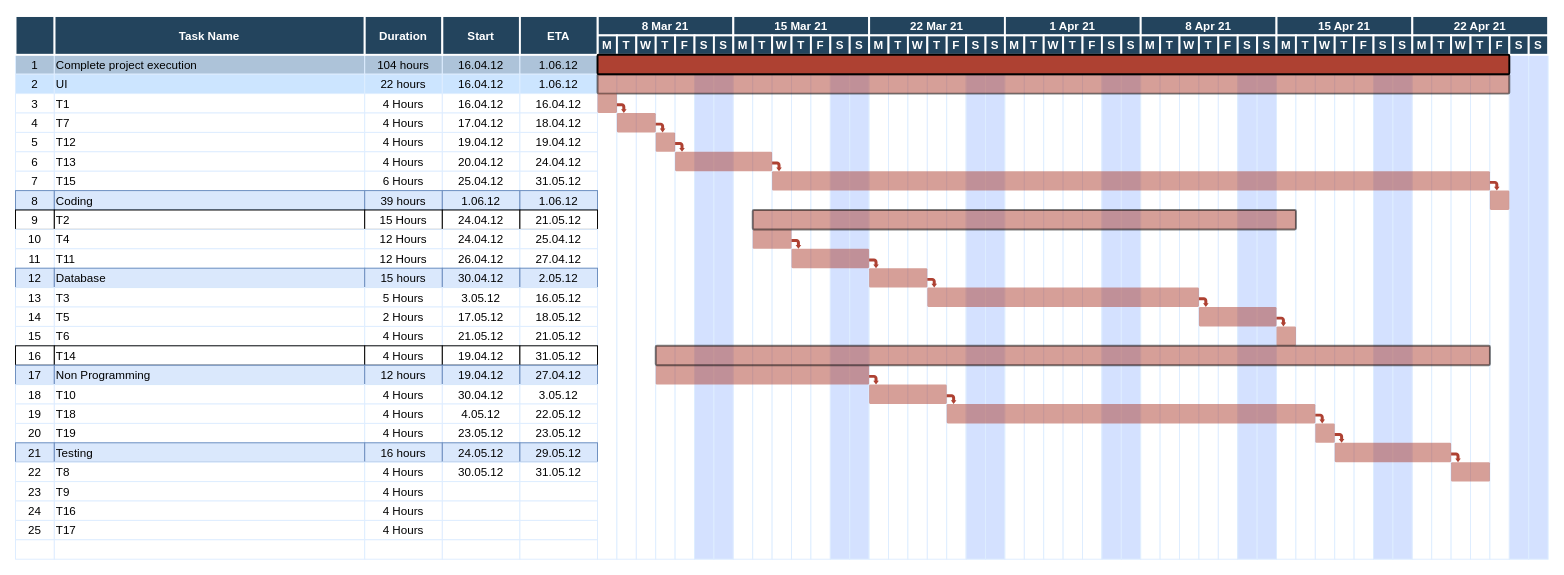
The draw.io diagram GanttChart.drawio in UEAHealthTracker/HealthTracker, before the edit. Source tidied: cells renumbered, new cells numbered last; positions are measured from the earlier drawing's top-left corner, leaving out a move shared by most shapes. Both pictures are drawn from the tidied source at 97%, with x=0, y=0 at pixel (15, 16).
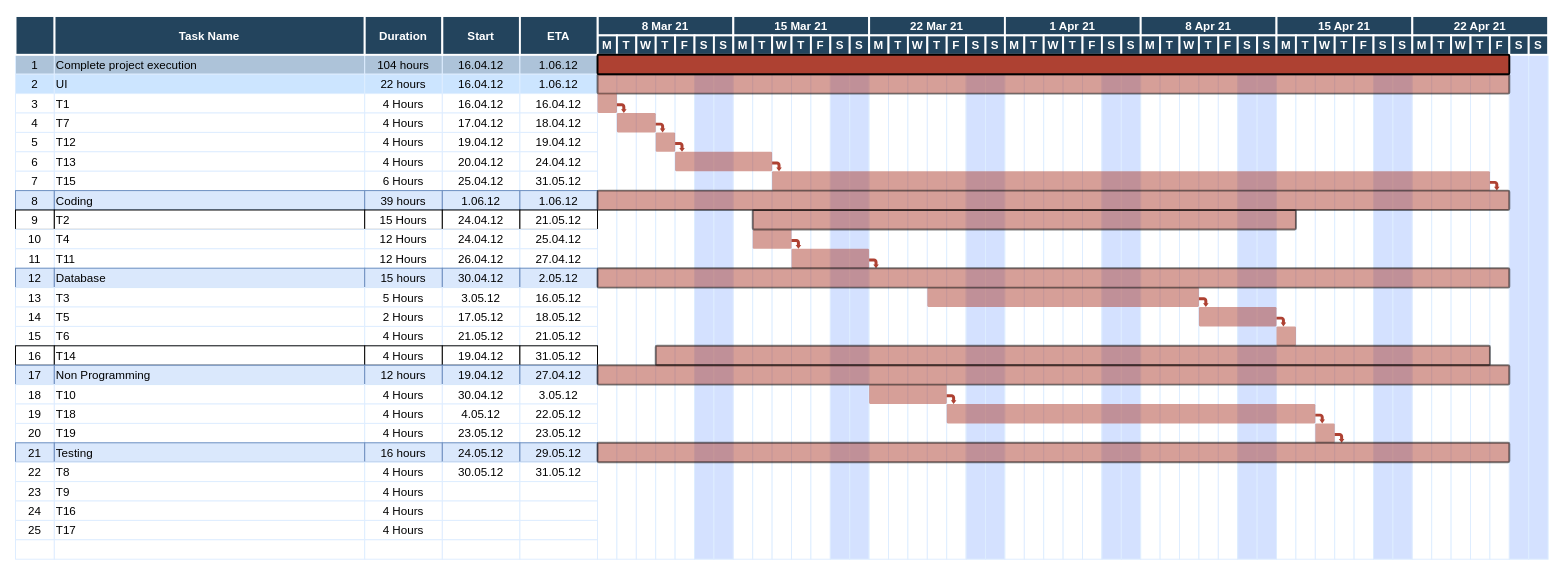
The same diagram, later.

Commit message:
Added long lines

Change to the diagram source:
```diff
@@
-    <mxCell id="248" style="shape=mxgraph.flowchart.process;fillColor=#AE4132;strokeColor=none;strokeWidth=2;opacity=50;" parent="1" vertex="1">
-      <mxGeometry x="1520.5" y="180" width="20" height="20" as="geometry" />
-    </mxCell>
@@
-    <mxCell id="258" style="shape=mxgraph.flowchart.process;fillColor=#AE4132;strokeColor=none;strokeWidth=2;opacity=50;" parent="1" vertex="1">
-      <mxGeometry x="880.5" y="260" width="60" height="20" as="geometry" />
-    </mxCell>
@@
-    <mxCell id="262" style="shape=mxgraph.flowchart.process;fillColor=#AE4132;strokeColor=none;strokeWidth=2;opacity=50;" parent="1" vertex="1">
-      <mxGeometry x="660.5" y="360" width="220" height="20" as="geometry" />
-    </mxCell>
@@
-    <mxCell id="266" style="shape=mxgraph.flowchart.process;fillColor=#AE4132;strokeColor=none;strokeWidth=2;opacity=50;" parent="1" vertex="1">
-      <mxGeometry x="1360.5" y="440" width="120" height="20" as="geometry" />
-    </mxCell>
-    <mxCell id="267" style="shape=mxgraph.flowchart.process;fillColor=#AE4132;strokeColor=none;strokeWidth=2;opacity=50;" parent="1" vertex="1">
-      <mxGeometry x="1480.5" y="460" width="40" height="20" as="geometry" />
-    </mxCell>
@@
-    <mxCell id="271" style="shape=mxgraph.arrows.bent_right_arrow;fillColor=#AE4132;strokeColor=none;strokeWidth=2;direction=south;" parent="1" vertex="1">
-      <mxGeometry x="940.5" y="270" width="10" height="10" as="geometry" />
-    </mxCell>
@@
-    <mxCell id="274" style="shape=mxgraph.arrows.bent_right_arrow;fillColor=#AE4132;strokeColor=none;strokeWidth=2;direction=south;" parent="1" vertex="1">
-      <mxGeometry x="880.5" y="370" width="10" height="10" as="geometry" />
-    </mxCell>
@@
-    <mxCell id="278" style="shape=mxgraph.arrows.bent_right_arrow;fillColor=#AE4132;strokeColor=none;strokeWidth=2;direction=south;" parent="1" vertex="1">
-      <mxGeometry x="1480.5" y="450" width="10" height="10" as="geometry" />
-    </mxCell>
+    <mxCell id="279" style="shape=mxgraph.flowchart.process;fillColor=#AE4132;strokeColor=#000000;strokeWidth=2;opacity=50;" parent="1" vertex="1">
+      <mxGeometry x="600.5" y="180" width="940" height="20" as="geometry" />
+    </mxCell>
+    <mxCell id="280" style="shape=mxgraph.flowchart.process;fillColor=#AE4132;strokeColor=#000000;strokeWidth=2;opacity=50;" parent="1" vertex="1">
+      <mxGeometry x="600.5" y="260" width="940" height="20" as="geometry" />
+    </mxCell>
+    <mxCell id="281" style="shape=mxgraph.flowchart.process;fillColor=#AE4132;strokeColor=#000000;strokeWidth=2;opacity=50;" parent="1" vertex="1">
+      <mxGeometry x="600.5" y="360" width="940" height="20" as="geometry" />
+    </mxCell>
+    <mxCell id="282" style="shape=mxgraph.flowchart.process;fillColor=#AE4132;strokeColor=#000000;strokeWidth=2;opacity=50;" parent="1" vertex="1">
+      <mxGeometry x="600.5" y="440" width="940" height="20" as="geometry" />
+    </mxCell>
```
